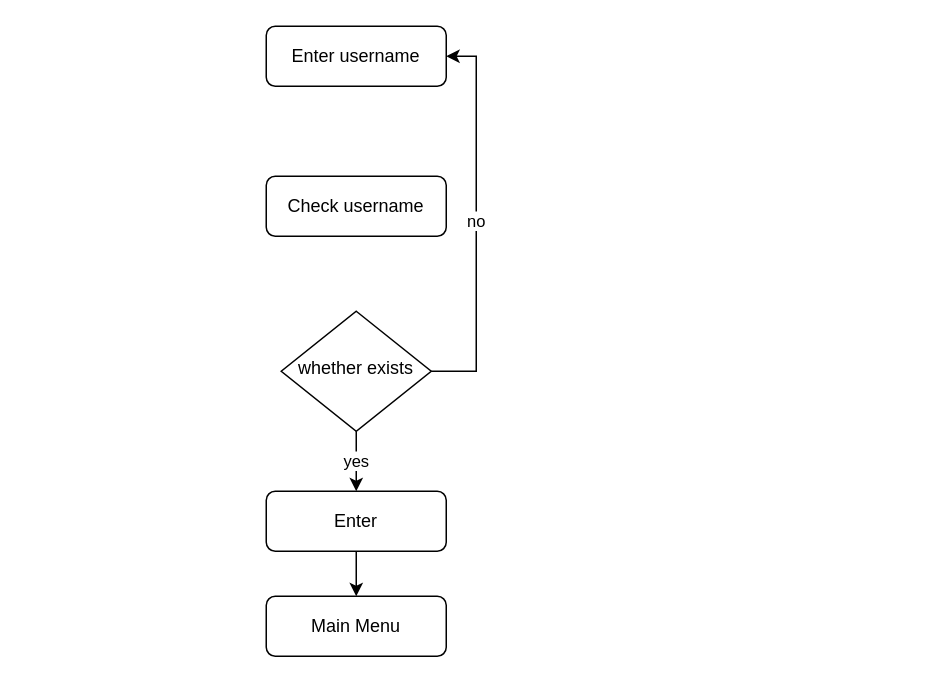
Earlier version of the draw.io diagram flowchart.drawio (shitanshiwoerzi/test). Source tidied: cells renumbered, new cells numbered last; positions are measured from the earlier drawing's top-left corner, leaving out a move shared by most shapes. Both pictures are drawn from the tidied source at 150%, with x=0, y=0 at pixel (266, 26).
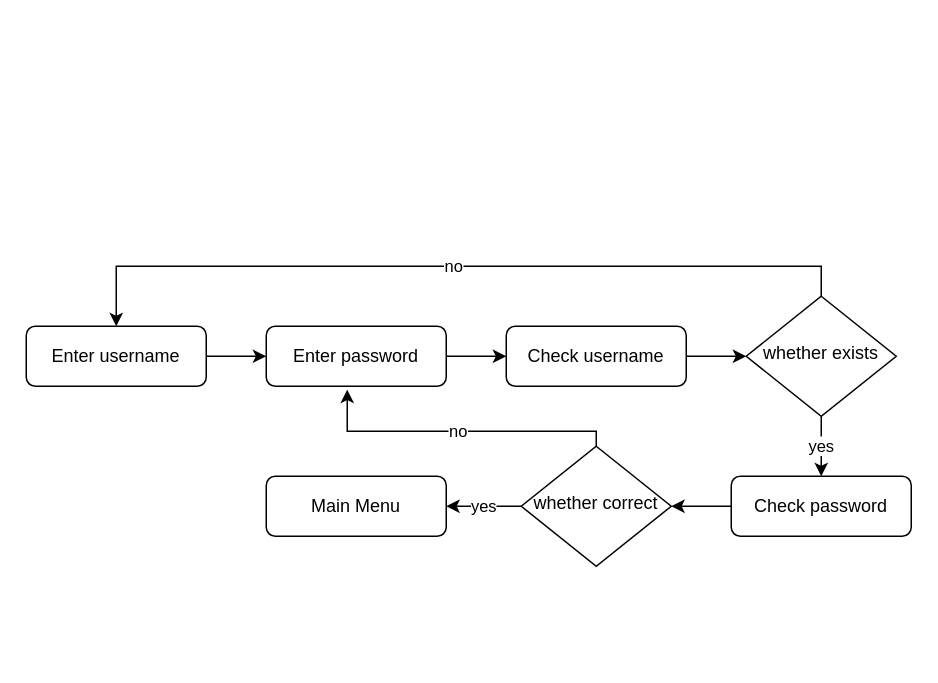
Above is the later version.

What changed in the source:
```diff
@@
+    <mxCell id="10" style="edgeStyle=orthogonalEdgeStyle;rounded=0;jettySize=auto;html=1;entryX=0;entryY=0.5;entryDx=0;entryDy=0;" parent="1" edge="1" source="2" target="9">
+      <mxGeometry relative="1" as="geometry" />
+    </mxCell>
-    <mxCell id="2" value="Enter username" style="rounded=1;whiteSpace=wrap;html=1;fontSize=12;glass=0;strokeWidth=1;shadow=0;" parent="1" vertex="1">
-      <mxGeometry width="120" height="40" as="geometry" />
+    <mxCell id="2" value="Enter password" style="rounded=1;whiteSpace=wrap;html=1;fontSize=12;glass=0;strokeWidth=1;shadow=0;" parent="1" vertex="1">
+      <mxGeometry y="200" width="120" height="40" as="geometry" />
     </mxCell>
-    <mxCell id="3" value="no" style="edgeStyle=orthogonalEdgeStyle;rounded=0;jettySize=auto;html=1;entryX=1;entryY=0.5;entryDx=0;entryDy=0;" parent="1" edge="1" source="5" target="2">
+    <mxCell id="3" value="no" style="edgeStyle=orthogonalEdgeStyle;rounded=0;jettySize=auto;html=1;entryX=0.5;entryY=0;entryDx=0;entryDy=0;" parent="1" edge="1" source="5" target="17">
       <mxGeometry relative="1" as="geometry">
         <Array as="points">
-          <mxPoint x="140" y="230" />
-          <mxPoint x="140" y="20" />
+          <mxPoint x="370" y="160" />
+          <mxPoint x="-100" y="160" />
         </Array>
       </mxGeometry>
     </mxCell>
@@
     <mxCell id="5" value="whether exists" style="rhombus;whiteSpace=wrap;html=1;shadow=0;fontFamily=Helvetica;fontSize=12;align=center;strokeWidth=1;spacing=6;spacingTop=-4;" parent="1" vertex="1">
-      <mxGeometry x="10" y="190" width="100" height="80" as="geometry" />
+      <mxGeometry x="320" y="180" width="100" height="80" as="geometry" />
     </mxCell>
-    <mxCell id="6" style="edgeStyle=orthogonalEdgeStyle;rounded=0;jettySize=auto;html=1;" parent="1" edge="1" source="7" target="8">
-      <mxGeometry relative="1" as="geometry" />
-    </mxCell>
+    <mxCell id="11" style="edgeStyle=orthogonalEdgeStyle;rounded=0;jettySize=auto;html=1;" parent="1" edge="1" source="7" target="15">
+      <mxGeometry relative="1" as="geometry" />
+    </mxCell>
-    <mxCell id="7" value="Enter" style="rounded=1;whiteSpace=wrap;html=1;fontSize=12;glass=0;strokeWidth=1;shadow=0;" parent="1" vertex="1">
-      <mxGeometry y="310" width="120" height="40" as="geometry" />
+    <mxCell id="7" value="Check password" style="rounded=1;whiteSpace=wrap;html=1;fontSize=12;glass=0;strokeWidth=1;shadow=0;" parent="1" vertex="1">
+      <mxGeometry x="310" y="300" width="120" height="40" as="geometry" />
     </mxCell>
     <mxCell id="8" value="Main Menu" style="rounded=1;whiteSpace=wrap;html=1;fontSize=12;glass=0;strokeWidth=1;shadow=0;" parent="1" vertex="1">
-      <mxGeometry y="380" width="120" height="40" as="geometry" />
+      <mxGeometry y="300" width="120" height="40" as="geometry" />
     </mxCell>
+    <mxCell id="12" style="edgeStyle=orthogonalEdgeStyle;rounded=0;jettySize=auto;html=1;" parent="1" edge="1" source="9" target="5">
+      <mxGeometry relative="1" as="geometry" />
+    </mxCell>
     <mxCell id="9" value="Check username" style="rounded=1;whiteSpace=wrap;html=1;fontSize=12;glass=0;strokeWidth=1;shadow=0;" parent="1" vertex="1">
-      <mxGeometry y="100" width="120" height="40" as="geometry" />
+      <mxGeometry x="160" y="200" width="120" height="40" as="geometry" />
     </mxCell>
+    <mxCell id="13" value="yes" style="edgeStyle=orthogonalEdgeStyle;rounded=0;jettySize=auto;html=1;entryX=1;entryY=0.5;entryDx=0;entryDy=0;" parent="1" edge="1" source="15" target="8">
+      <mxGeometry relative="1" as="geometry">
+        <Array as="points">
+          <mxPoint x="150" y="320" />
+          <mxPoint x="150" y="320" />
+        </Array>
+      </mxGeometry>
+    </mxCell>
+    <mxCell id="14" value="no" style="edgeStyle=orthogonalEdgeStyle;rounded=0;jettySize=auto;html=1;entryX=0.45;entryY=1.055;entryDx=0;entryDy=0;entryPerimeter=0;exitX=0.5;exitY=0;exitDx=0;exitDy=0;" parent="1" edge="1" source="15" target="2">
+      <mxGeometry relative="1" as="geometry">
+        <Array as="points">
+          <mxPoint x="220" y="270" />
+          <mxPoint x="54" y="270" />
+        </Array>
+      </mxGeometry>
+    </mxCell>
+    <mxCell id="15" value="whether correct" style="rhombus;whiteSpace=wrap;html=1;shadow=0;fontFamily=Helvetica;fontSize=12;align=center;strokeWidth=1;spacing=6;spacingTop=-4;" parent="1" vertex="1">
+      <mxGeometry x="170" y="280" width="100" height="80" as="geometry" />
+    </mxCell>
+    <mxCell id="16" style="edgeStyle=orthogonalEdgeStyle;rounded=0;jettySize=auto;html=1;" parent="1" edge="1" source="17" target="2">
+      <mxGeometry relative="1" as="geometry" />
+    </mxCell>
+    <mxCell id="17" value="Enter username" style="rounded=1;whiteSpace=wrap;html=1;fontSize=12;glass=0;strokeWidth=1;shadow=0;" parent="1" vertex="1">
+      <mxGeometry x="-160" y="200" width="120" height="40" as="geometry" />
+    </mxCell>
```
